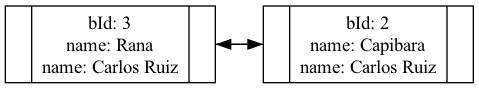
Above: Proyecto1/reports/doubly_linked_list.png in marcosbondel/IPC2_ProyectoVD2024_202202410 (Graphviz), before the change. Its source is kept beside it as Proyecto1/dot_reports/doubly_linked_list.dot.
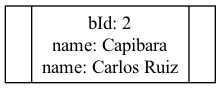
After the commit.

Diff of the diagram source:
```diff
@@ -1,8 +1,5 @@
 digraph G {
             rankdir=LR;
             node[shape=record, height=.1]
-        nodo1[label="{<f1>|bId: 3\nname: Rana\nname: Carlos Ruiz\n|<f2>}"];
-nodo2[label="{<f1>|bId: 2\nname: Capibara\nname: Carlos Ruiz\n|<f2>}"];
-nodo1:f2 -> nodo2:f1;
-nodo2:f1 -> nodo1:f2;
+        nodo1[label="{<f1>|bId: 2\nname: Capibara\nname: Carlos Ruiz\n|<f2>}"];
 }
```
